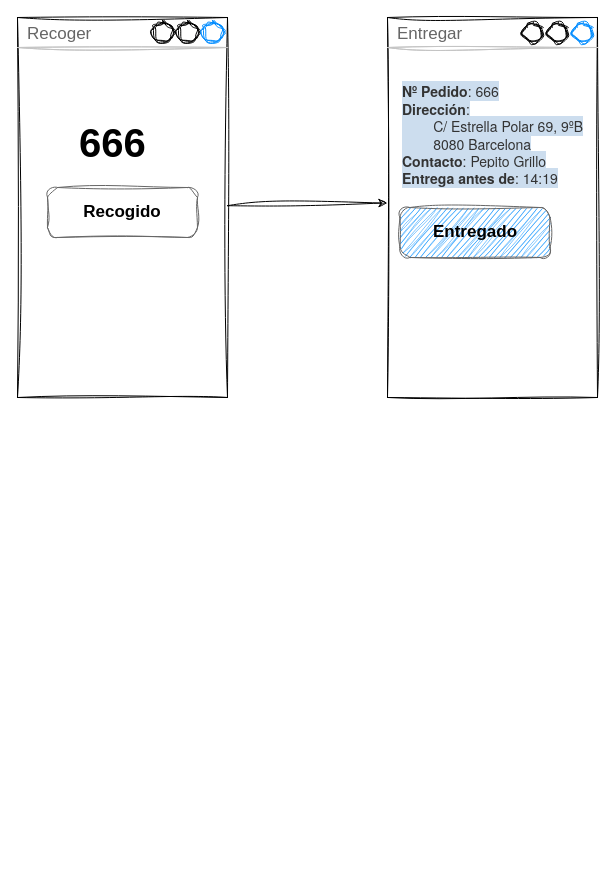
Earlier version of the draw.io diagram Requisitos/Prototipo.drawio (IconoTC/Plan-de-Formaci-n-QA-Testing-Portbou). Source tidied: cells renumbered, new cells numbered last; positions are measured from the earlier drawing's top-left corner, leaving out a move shared by most shapes. Both pictures are drawn from the tidied source at 100%, with x=0, y=0 at pixel (17, 17).
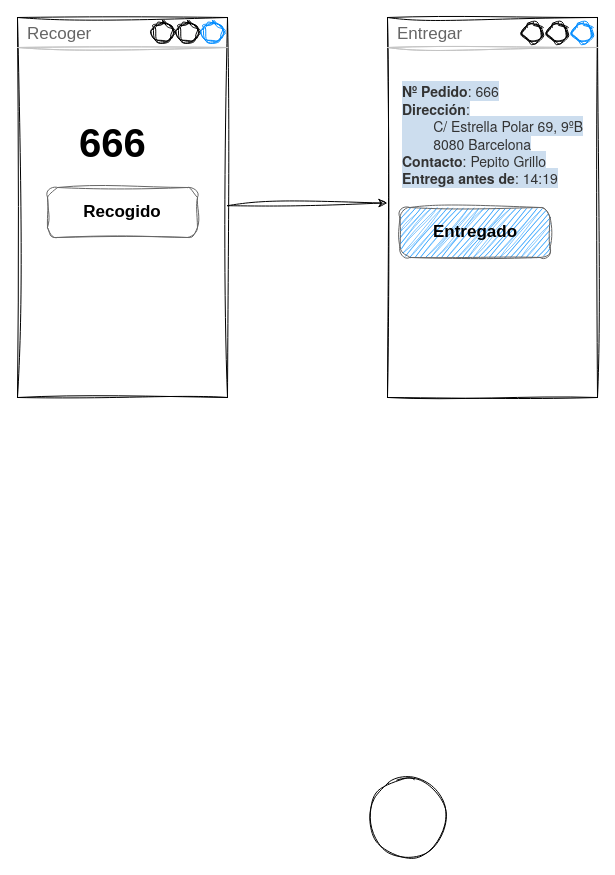
The same page after the edit.

What changed in the source:
```diff
@@
 <mxGraphModel>
   <root>
     <mxCell id="0" />
     <mxCell id="1" parent="0" />
     <mxCell id="2" style="edgeStyle=none;html=1;entryX=-0.001;entryY=0.488;entryDx=0;entryDy=0;entryPerimeter=0;sketch=1;curveFitting=1;jiggle=2;" parent="1" edge="1" source="3" target="6">
       <mxGeometry relative="1" as="geometry" />
     </mxCell>
     <mxCell id="3" value="Recoger" style="strokeWidth=1;shadow=0;dashed=0;align=center;html=1;shape=mxgraph.mockup.containers.window;align=left;verticalAlign=top;spacingLeft=8;strokeColor2=#008cff;strokeColor3=#c4c4c4;fontColor=#666666;mainText=;fontSize=17;labelBackgroundColor=none;sketch=1;curveFitting=1;jiggle=2;" parent="1" vertex="1">
       <mxGeometry width="210" height="380" as="geometry" />
     </mxCell>
     <mxCell id="4" value="Recogido" style="strokeWidth=1;shadow=0;dashed=0;align=center;html=1;shape=mxgraph.mockup.buttons.button;strokeColor=#666666;fontColor=#000000;mainText=;buttonStyle=round;fontSize=17;fontStyle=1;fillColor=none;whiteSpace=wrap;sketch=1;curveFitting=1;jiggle=2;" parent="1" vertex="1">
       <mxGeometry x="30" y="170" width="150" height="50" as="geometry" />
     </mxCell>
     <mxCell id="5" value="666" style="text;spacingTop=-5;whiteSpace=wrap;html=1;align=left;fontSize=40;fontFamily=Helvetica;fillColor=none;strokeColor=none;fontStyle=1;sketch=1;curveFitting=1;jiggle=2;" parent="1" vertex="1">
       <mxGeometry x="60" y="100" width="80" height="50" as="geometry" />
     </mxCell>
     <mxCell id="6" value="Entregar" style="strokeWidth=1;shadow=0;dashed=0;align=center;html=1;shape=mxgraph.mockup.containers.window;align=left;verticalAlign=top;spacingLeft=8;strokeColor2=#008cff;strokeColor3=#c4c4c4;fontColor=#666666;mainText=;fontSize=17;labelBackgroundColor=none;sketch=1;curveFitting=1;jiggle=2;" parent="1" vertex="1">
       <mxGeometry x="370" width="210" height="380" as="geometry" />
     </mxCell>
     <mxCell id="7" value="&lt;br&gt;&lt;span style=&quot;color: rgb(51, 51, 51); font-family: &amp;quot;Helvetica Neue&amp;quot;, Helvetica, Arial, sans-serif; font-size: 14px; font-style: normal; font-variant-ligatures: normal; font-variant-caps: normal; letter-spacing: normal; orphans: 2; text-align: left; text-indent: 0px; text-transform: none; widows: 2; word-spacing: 0px; -webkit-text-stroke-width: 0px; background-color: rgb(204, 221, 238); text-decoration-thickness: initial; text-decoration-style: initial; text-decoration-color: initial; float: none; display: inline !important;&quot;&gt;&lt;b&gt;Nº Pedido&lt;/b&gt;&lt;/span&gt;&lt;span style=&quot;color: rgb(51, 51, 51); font-family: &amp;quot;Helvetica Neue&amp;quot;, Helvetica, Arial, sans-serif; font-size: 14px; font-style: normal; font-variant-ligatures: normal; font-variant-caps: normal; font-weight: 400; letter-spacing: normal; orphans: 2; text-align: left; text-indent: 0px; text-transform: none; widows: 2; word-spacing: 0px; -webkit-text-stroke-width: 0px; background-color: rgb(204, 221, 238); text-decoration-thickness: initial; text-decoration-style: initial; text-decoration-color: initial; float: none; display: inline !important;&quot;&gt;: 666&lt;/span&gt;&lt;br style=&quot;box-sizing: border-box; color: rgb(51, 51, 51); font-family: &amp;quot;Helvetica Neue&amp;quot;, Helvetica, Arial, sans-serif; font-size: 14px; font-style: normal; font-variant-ligatures: normal; font-variant-caps: normal; font-weight: 400; letter-spacing: normal; orphans: 2; text-align: left; text-indent: 0px; text-transform: none; widows: 2; word-spacing: 0px; -webkit-text-stroke-width: 0px; background-color: rgb(204, 221, 238); text-decoration-thickness: initial; text-decoration-style: initial; text-decoration-color: initial;&quot;&gt;&lt;span style=&quot;color: rgb(51, 51, 51); font-family: &amp;quot;Helvetica Neue&amp;quot;, Helvetica, Arial, sans-serif; font-size: 14px; font-style: normal; font-variant-ligatures: normal; font-variant-caps: normal; letter-spacing: normal; orphans: 2; text-align: left; text-indent: 0px; text-transform: none; widows: 2; word-spacing: 0px; -webkit-text-stroke-width: 0px; background-color: rgb(204, 221, 238); text-decoration-thickness: initial; text-decoration-style: initial; text-decoration-color: initial; float: none; display: inline !important;&quot;&gt;&lt;b&gt;Dirección&lt;/b&gt;&lt;/span&gt;&lt;span style=&quot;color: rgb(51, 51, 51); font-family: &amp;quot;Helvetica Neue&amp;quot;, Helvetica, Arial, sans-serif; font-size: 14px; font-style: normal; font-variant-ligatures: normal; font-variant-caps: normal; font-weight: 400; letter-spacing: normal; orphans: 2; text-align: left; text-indent: 0px; text-transform: none; widows: 2; word-spacing: 0px; -webkit-text-stroke-width: 0px; background-color: rgb(204, 221, 238); text-decoration-thickness: initial; text-decoration-style: initial; text-decoration-color: initial; float: none; display: inline !important;&quot;&gt;: &lt;br&gt;&lt;span style=&quot;white-space: pre;&quot;&gt;&#9;&lt;/span&gt;C/ Estrella Polar 69, 9ºB &lt;br&gt;&lt;span style=&quot;white-space: pre;&quot;&gt;&#9;&lt;/span&gt;8080 Barcelona&lt;/span&gt;&lt;br style=&quot;box-sizing: border-box; color: rgb(51, 51, 51); font-family: &amp;quot;Helvetica Neue&amp;quot;, Helvetica, Arial, sans-serif; font-size: 14px; font-style: normal; font-variant-ligatures: normal; font-variant-caps: normal; font-weight: 400; letter-spacing: normal; orphans: 2; text-align: left; text-indent: 0px; text-transform: none; widows: 2; word-spacing: 0px; -webkit-text-stroke-width: 0px; background-color: rgb(204, 221, 238); text-decoration-thickness: initial; text-decoration-style: initial; text-decoration-color: initial;&quot;&gt;&lt;span style=&quot;color: rgb(51, 51, 51); font-family: &amp;quot;Helvetica Neue&amp;quot;, Helvetica, Arial, sans-serif; font-size: 14px; font-style: normal; font-variant-ligatures: normal; font-variant-caps: normal; letter-spacing: normal; orphans: 2; text-align: left; text-indent: 0px; text-transform: none; widows: 2; word-spacing: 0px; -webkit-text-stroke-width: 0px; background-color: rgb(204, 221, 238); text-decoration-thickness: initial; text-decoration-style: initial; text-decoration-color: initial; float: none; display: inline !important;&quot;&gt;&lt;b&gt;Contacto&lt;/b&gt;&lt;/span&gt;&lt;span style=&quot;color: rgb(51, 51, 51); font-family: &amp;quot;Helvetica Neue&amp;quot;, Helvetica, Arial, sans-serif; font-size: 14px; font-style: normal; font-variant-ligatures: normal; font-variant-caps: normal; font-weight: 400; letter-spacing: normal; orphans: 2; text-align: left; text-indent: 0px; text-transform: none; widows: 2; word-spacing: 0px; -webkit-text-stroke-width: 0px; background-color: rgb(204, 221, 238); text-decoration-thickness: initial; text-decoration-style: initial; text-decoration-color: initial; float: none; display: inline !important;&quot;&gt;: Pepito Grillo&lt;/span&gt;&lt;br style=&quot;box-sizing: border-box; color: rgb(51, 51, 51); font-family: &amp;quot;Helvetica Neue&amp;quot;, Helvetica, Arial, sans-serif; font-size: 14px; font-style: normal; font-variant-ligatures: normal; font-variant-caps: normal; font-weight: 400; letter-spacing: normal; orphans: 2; text-align: left; text-indent: 0px; text-transform: none; widows: 2; word-spacing: 0px; -webkit-text-stroke-width: 0px; background-color: rgb(204, 221, 238); text-decoration-thickness: initial; text-decoration-style: initial; text-decoration-color: initial;&quot;&gt;&lt;span style=&quot;color: rgb(51, 51, 51); font-family: &amp;quot;Helvetica Neue&amp;quot;, Helvetica, Arial, sans-serif; font-size: 14px; font-style: normal; font-variant-ligatures: normal; font-variant-caps: normal; letter-spacing: normal; orphans: 2; text-align: left; text-indent: 0px; text-transform: none; widows: 2; word-spacing: 0px; -webkit-text-stroke-width: 0px; background-color: rgb(204, 221, 238); text-decoration-thickness: initial; text-decoration-style: initial; text-decoration-color: initial; float: none; display: inline !important;&quot;&gt;&lt;b&gt;Entrega&amp;nbsp;antes de&lt;/b&gt;&lt;/span&gt;&lt;span style=&quot;color: rgb(51, 51, 51); font-family: &amp;quot;Helvetica Neue&amp;quot;, Helvetica, Arial, sans-serif; font-size: 14px; font-style: normal; font-variant-ligatures: normal; font-variant-caps: normal; font-weight: 400; letter-spacing: normal; orphans: 2; text-align: left; text-indent: 0px; text-transform: none; widows: 2; word-spacing: 0px; -webkit-text-stroke-width: 0px; background-color: rgb(204, 221, 238); text-decoration-thickness: initial; text-decoration-style: initial; text-decoration-color: initial; float: none; display: inline !important;&quot;&gt;: 14:19&lt;/span&gt;&lt;br&gt;" style="text;spacingTop=-5;whiteSpace=wrap;html=1;align=left;fontSize=12;fontFamily=Helvetica;fillColor=none;strokeColor=none;sketch=1;curveFitting=1;jiggle=2;" parent="1" vertex="1">
       <mxGeometry x="382.5" y="50" width="185" height="120" as="geometry" />
     </mxCell>
     <mxCell id="8" value="Entregado" style="strokeWidth=1;shadow=0;dashed=0;align=center;html=1;shape=mxgraph.mockup.buttons.button;strokeColor=#666666;fontColor=#000000;mainText=;buttonStyle=round;fontSize=17;fontStyle=1;fillColor=#008cff;whiteSpace=wrap;sketch=1;curveFitting=1;jiggle=2;" parent="1" vertex="1">
       <mxGeometry x="382.5" y="190" width="150" height="50" as="geometry" />
     </mxCell>
+    <mxCell id="9" style="ellipse;whiteSpace=wrap;html=1;sketch=1;fontColor=#000000;fillColor=none;" parent="1" vertex="1">
+      <mxGeometry x="350" y="760" width="80" height="80" as="geometry" />
+    </mxCell>
   </root>
 </mxGraphModel>
```
